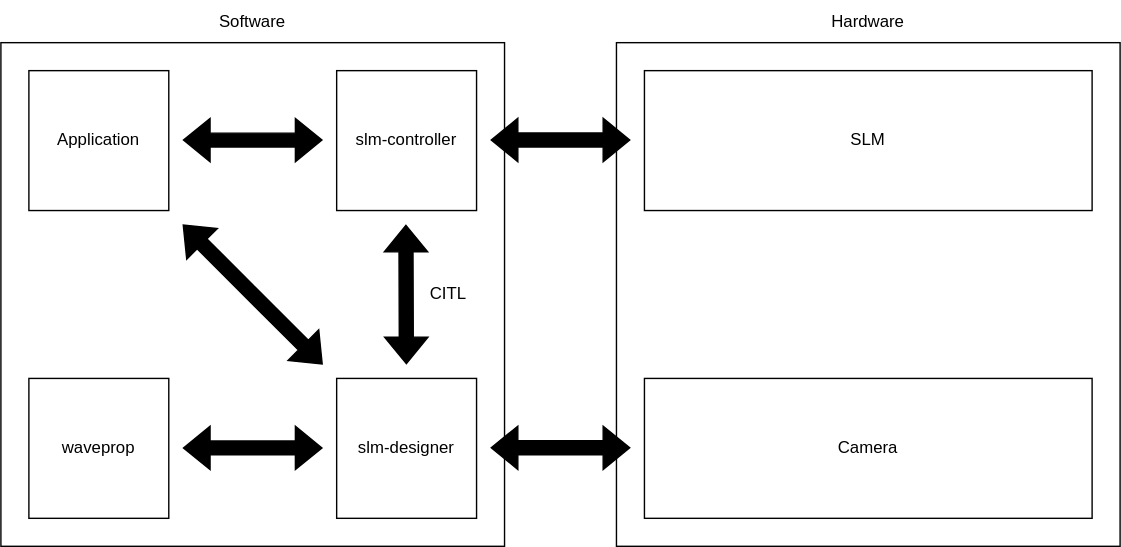
Above: documentation/images/structure.svg in nbaehler/mask-designer (draw.io), before the change. Source tidied: cells renumbered, new cells last; positions are measured from the earlier drawing's top-left corner, leaving out a move shared by most shapes.
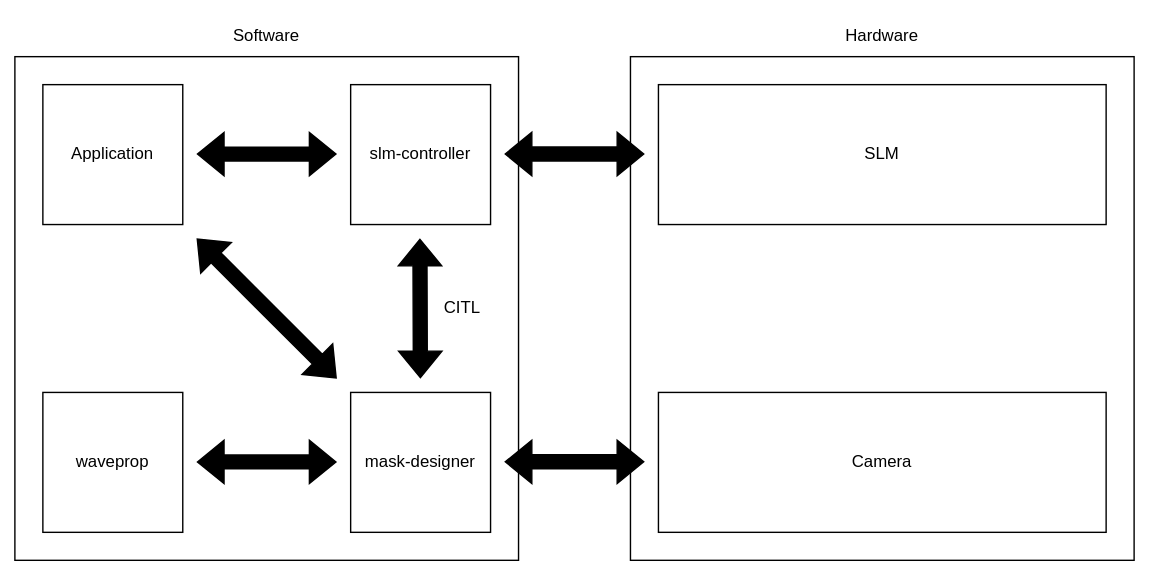
After the change.

The edit, as a diff of the source:
```diff
@@ -1,4 +1,4 @@
-<mxGraphModel>
+<mxGraphModel background="#ffffff">
   <root>
     <mxCell id="0" />
     <mxCell id="1" parent="0" />
@@ -38,7 +38,7 @@
     <mxCell id="9" value="slm-controller" style="text;html=1;strokeColor=default;fillColor=none;align=center;verticalAlign=middle;whiteSpace=wrap;rounded=0;" parent="1" vertex="1">
       <mxGeometry x="240" y="50" width="100" height="100" as="geometry" />
     </mxCell>
-    <mxCell id="10" value="slm-designer" style="text;html=1;strokeColor=default;fillColor=none;align=center;verticalAlign=middle;whiteSpace=wrap;rounded=0;" parent="1" vertex="1">
+    <mxCell id="10" value="mask-designer" style="text;html=1;strokeColor=default;fillColor=none;align=center;verticalAlign=middle;whiteSpace=wrap;rounded=0;" parent="1" vertex="1">
       <mxGeometry x="240" y="270" width="100" height="100" as="geometry" />
     </mxCell>
     <mxCell id="11" value="waveprop" style="text;html=1;strokeColor=default;fillColor=none;align=center;verticalAlign=middle;whiteSpace=wrap;rounded=0;" parent="1" vertex="1">
```
